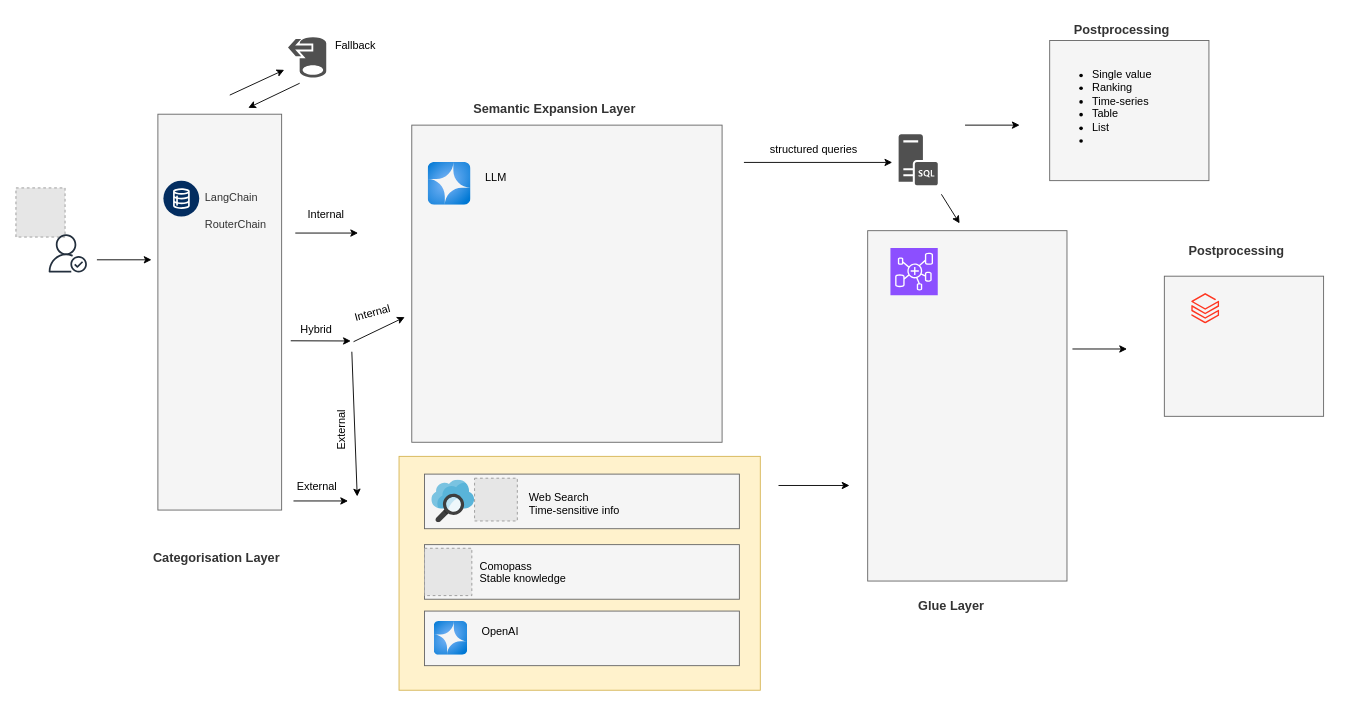
The draw.io diagram talk_to_data.drawio in mdkaratas/github-example, before the edit. Source tidied: cells renumbered, new cells numbered last; positions are measured from the earlier drawing's top-left corner, leaving out a move shared by most shapes. Both pictures are drawn from the tidied source at 91%, with x=0, y=0 at pixel (15, 15). Pictures stored in the file or linked from it are replaced by grey dashed boxes.
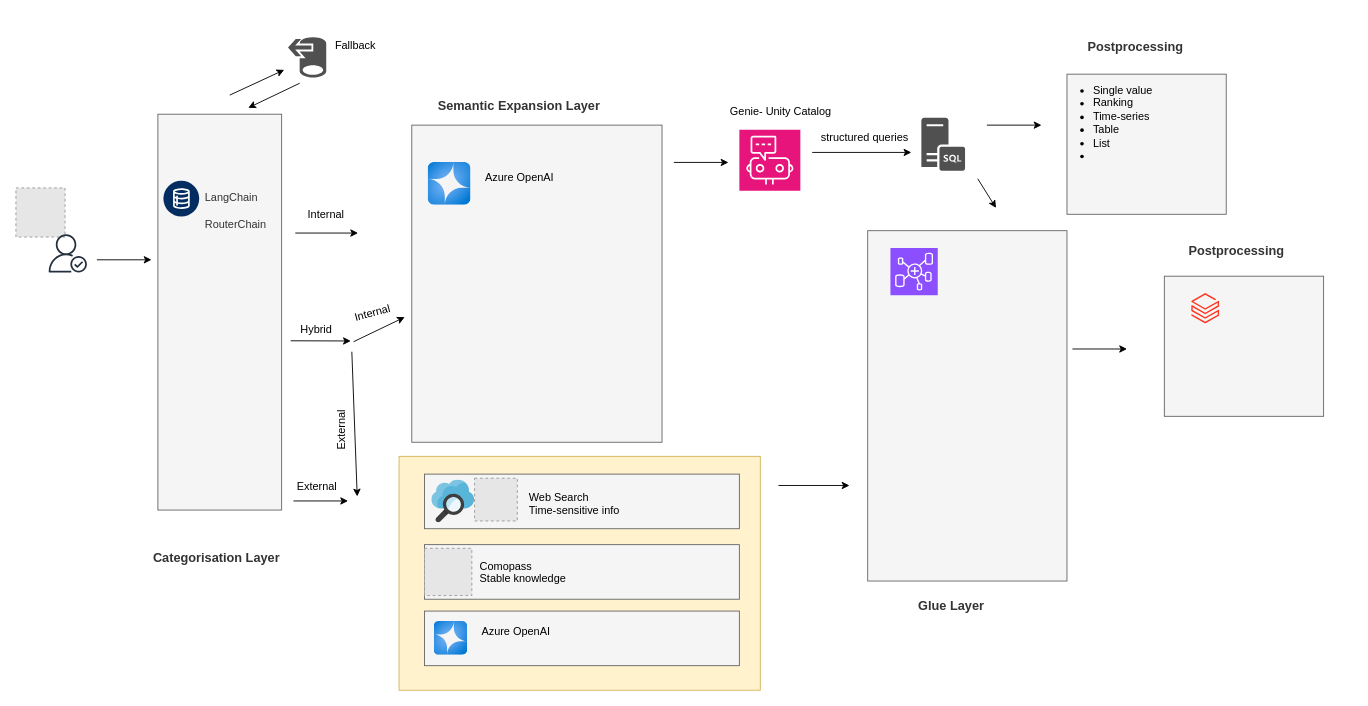
The same diagram, later.

What changed in the source:
```diff
@@
     <mxCell id="9" style="endArrow=classic;html=1;rounded=0;" parent="1" edge="1">
       <mxGeometry relative="1" as="geometry">
-        <mxPoint x="800" y="161" as="sourcePoint" />
-        <mxPoint x="963" y="161" as="targetPoint" />
+        <mxPoint x="875" y="150" as="sourcePoint" />
+        <mxPoint x="984" y="150" as="targetPoint" />
       </mxGeometry>
     </mxCell>
     <mxCell id="10" style="sketch=0;shadow=0;dashed=0;html=1;strokeColor=none;fillColor=#505050;labelPosition=center;verticalLabelPosition=bottom;verticalAlign=top;align=center;shape=mxgraph.office.servers.sql_server;" parent="1" vertex="1">
-      <mxGeometry x="970" y="130" width="43" height="56" as="geometry" />
+      <mxGeometry x="995" y="112" width="48" height="58" as="geometry" />
     </mxCell>
     <mxCell id="11" style="rounded=0;whiteSpace=wrap;html=1;fillColor=#f5f5f5;fontColor=#333333;strokeColor=#666666;" parent="1" vertex="1">
-      <mxGeometry x="435" y="120" width="341" height="348.5" as="geometry" />
+      <mxGeometry x="435" y="120" width="275" height="348.5" as="geometry" />
     </mxCell>
     <mxCell id="12" value="&lt;span style=&quot;forced-color-adjust: none; color: rgb(51, 51, 51); font-family: Helvetica; font-style: normal; font-variant-ligatures: normal; font-variant-caps: normal; letter-spacing: normal; orphans: 2; text-align: center; text-indent: 0px; text-transform: none; widows: 2; word-spacing: 0px; -webkit-text-stroke-width: 0px; white-space: normal; text-decoration-thickness: initial; text-decoration-style: initial; text-decoration-color: initial;&quot;&gt;&lt;b style=&quot;&quot;&gt;&lt;font style=&quot;font-size: 14px;&quot;&gt;Semantic Expansion Layer&lt;/font&gt;&lt;/b&gt;&lt;/span&gt;" style="text;whiteSpace=wrap;html=1;" parent="1" vertex="1">
-      <mxGeometry x="501" y="87" width="181" height="36" as="geometry" />
+      <mxGeometry x="462" y="84" width="181" height="36" as="geometry" />
     </mxCell>
@@
     <mxCell id="20" value="structured queries" style="text;whiteSpace=wrap;html=1;" parent="1" vertex="1">
-      <mxGeometry x="827" y="133" width="162" height="35" as="geometry" />
+      <mxGeometry x="883" y="120" width="162" height="35" as="geometry" />
     </mxCell>
-    <mxCell id="21" value="LLM" style="text;whiteSpace=wrap;html=1;" parent="1" vertex="1">
+    <mxCell id="21" value="Azure OpenAI" style="text;whiteSpace=wrap;html=1;" parent="1" vertex="1">
       <mxGeometry x="514" y="164" width="155" height="35" as="geometry" />
     </mxCell>
@@
     <mxCell id="31" style="endArrow=classic;html=1;rounded=0;" parent="1" edge="1">
       <mxGeometry relative="1" as="geometry">
-        <mxPoint x="1017" y="196" as="sourcePoint" />
-        <mxPoint x="1037" y="228" as="targetPoint" />
+        <mxPoint x="1057" y="179" as="sourcePoint" />
+        <mxPoint x="1077" y="211" as="targetPoint" />
       </mxGeometry>
     </mxCell>
@@
     <mxCell id="38" value="&lt;div&gt;&lt;b&gt;&lt;br&gt;&lt;/b&gt;&lt;/div&gt;" style="rounded=0;whiteSpace=wrap;html=1;fillColor=#f5f5f5;fontColor=#333333;strokeColor=#666666;" parent="1" vertex="1">
-      <mxGeometry x="1136" y="27" width="175" height="154" as="geometry" />
+      <mxGeometry x="1155" y="64" width="175" height="154" as="geometry" />
     </mxCell>
     <mxCell id="39" style="endArrow=classic;html=1;rounded=0;" parent="1" edge="1">
       <mxGeometry relative="1" as="geometry">
-        <mxPoint x="1043" y="120" as="sourcePoint" />
-        <mxPoint x="1103" y="120" as="targetPoint" />
+        <mxPoint x="1067" y="120" as="sourcePoint" />
+        <mxPoint x="1127" y="120" as="targetPoint" />
       </mxGeometry>
     </mxCell>
     <mxCell id="40" value="&lt;span style=&quot;forced-color-adjust: none; color: rgb(51, 51, 51); font-family: Helvetica; font-style: normal; font-variant-ligatures: normal; font-variant-caps: normal; letter-spacing: normal; orphans: 2; text-align: center; text-indent: 0px; text-transform: none; widows: 2; word-spacing: 0px; -webkit-text-stroke-width: 0px; white-space: normal; text-decoration-thickness: initial; text-decoration-style: initial; text-decoration-color: initial;&quot;&gt;&lt;b style=&quot;&quot;&gt;&lt;font style=&quot;font-size: 14px;&quot;&gt;Postprocessing&lt;/font&gt;&lt;/b&gt;&lt;/span&gt;" style="text;whiteSpace=wrap;html=1;" parent="1" vertex="1">
-      <mxGeometry x="1161" width="181" height="36" as="geometry" />
+      <mxGeometry x="1176" y="19" width="181" height="36" as="geometry" />
     </mxCell>
     <mxCell id="41" value="&lt;ul&gt;&lt;li&gt;Single value&lt;/li&gt;&lt;li&gt;Ranking&lt;/li&gt;&lt;li&gt;Time-series&lt;/li&gt;&lt;li&gt;Table&amp;nbsp;&lt;/li&gt;&lt;li&gt;List&lt;/li&gt;&lt;li&gt;&lt;br&gt;&lt;/li&gt;&lt;/ul&gt;" style="text;whiteSpace=wrap;html=1;" parent="1" vertex="1">
-      <mxGeometry x="1141" y="39" width="155" height="35" as="geometry" />
+      <mxGeometry x="1142" y="56" width="155" height="35" as="geometry" />
     </mxCell>
@@
-    <mxCell id="52" value="OpenAI&lt;div&gt;&lt;br&gt;&lt;/div&gt;" style="text;whiteSpace=wrap;html=1;" parent="1" vertex="1">
+    <mxCell id="52" value="Azure OpenAI&lt;div&gt;&lt;br&gt;&lt;/div&gt;" style="text;whiteSpace=wrap;html=1;" parent="1" vertex="1">
       <mxGeometry x="510" y="663" width="155" height="35" as="geometry" />
     </mxCell>
@@
+    <mxCell id="54" style="sketch=0;fontColor=#232F3E;fillColor=#E7157B;strokeColor=#ffffff;dashed=0;verticalLabelPosition=bottom;verticalAlign=top;align=center;html=1;fontSize=12;fontStyle=0;shape=mxgraph.aws4.resourceIcon;resIcon=mxgraph.aws4.chatbot;" parent="1" vertex="1">
+      <mxGeometry x="795" y="125" width="67" height="67" as="geometry" />
+    </mxCell>
+    <mxCell id="55" value="Genie- Unity Catalog" style="text;whiteSpace=wrap;html=1;" parent="1" vertex="1">
+      <mxGeometry x="783" y="91" width="131" height="35" as="geometry" />
+    </mxCell>
+    <mxCell id="56" style="endArrow=classic;html=1;rounded=0;" parent="1" edge="1">
+      <mxGeometry relative="1" as="geometry">
+        <mxPoint x="723" y="161" as="sourcePoint" />
+        <mxPoint x="783" y="161" as="targetPoint" />
+      </mxGeometry>
+    </mxCell>
```
